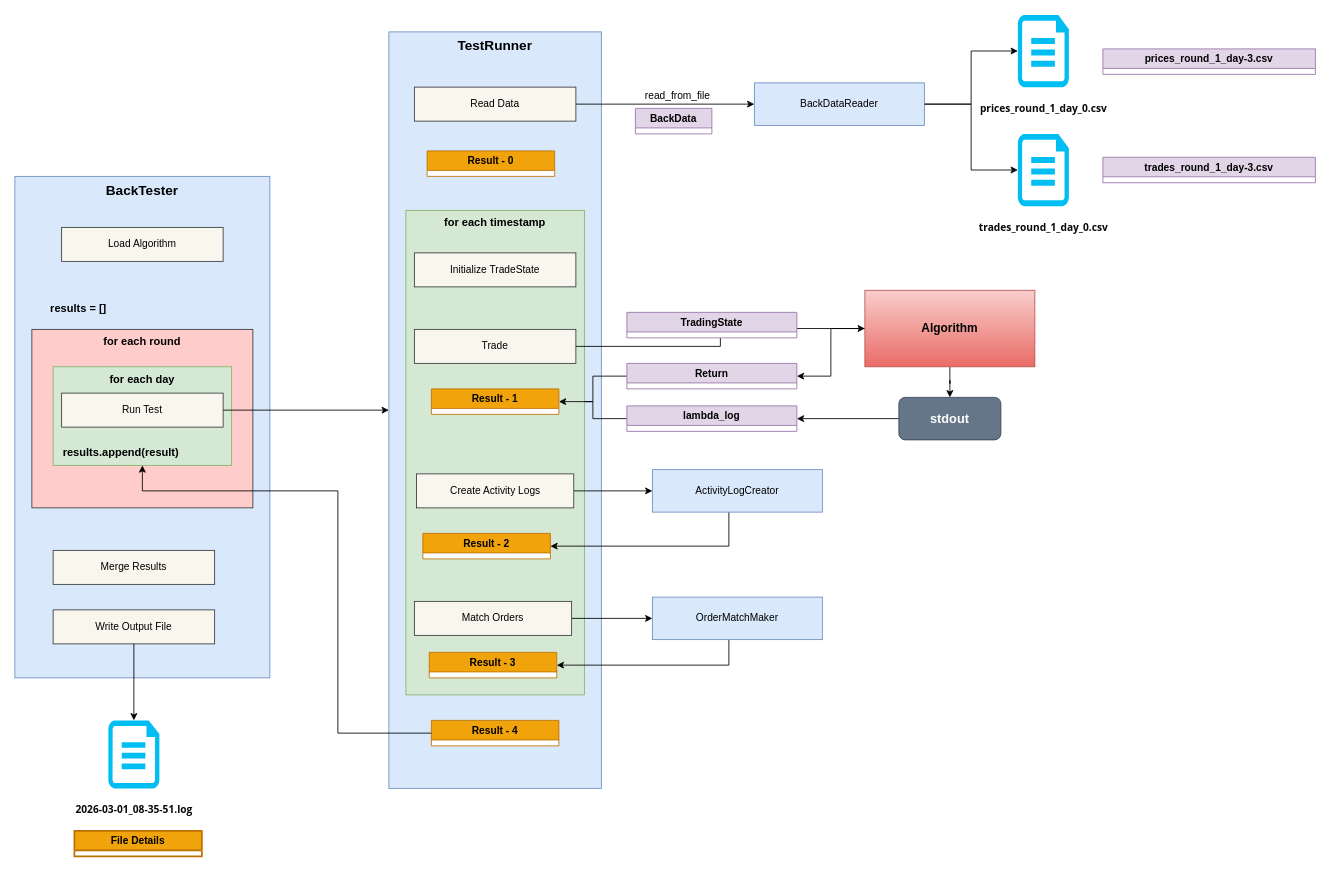
Above: backtester.drawio in Fiend-Star/prosperity4-tester-private (draw.io), before the change. Source tidied: cells renumbered, new cells numbered last; positions are measured from the earlier drawing's top-left corner, leaving out a move shared by most shapes. Both pictures are drawn from the tidied source at 85%, with x=0, y=0 at pixel (14, 14).
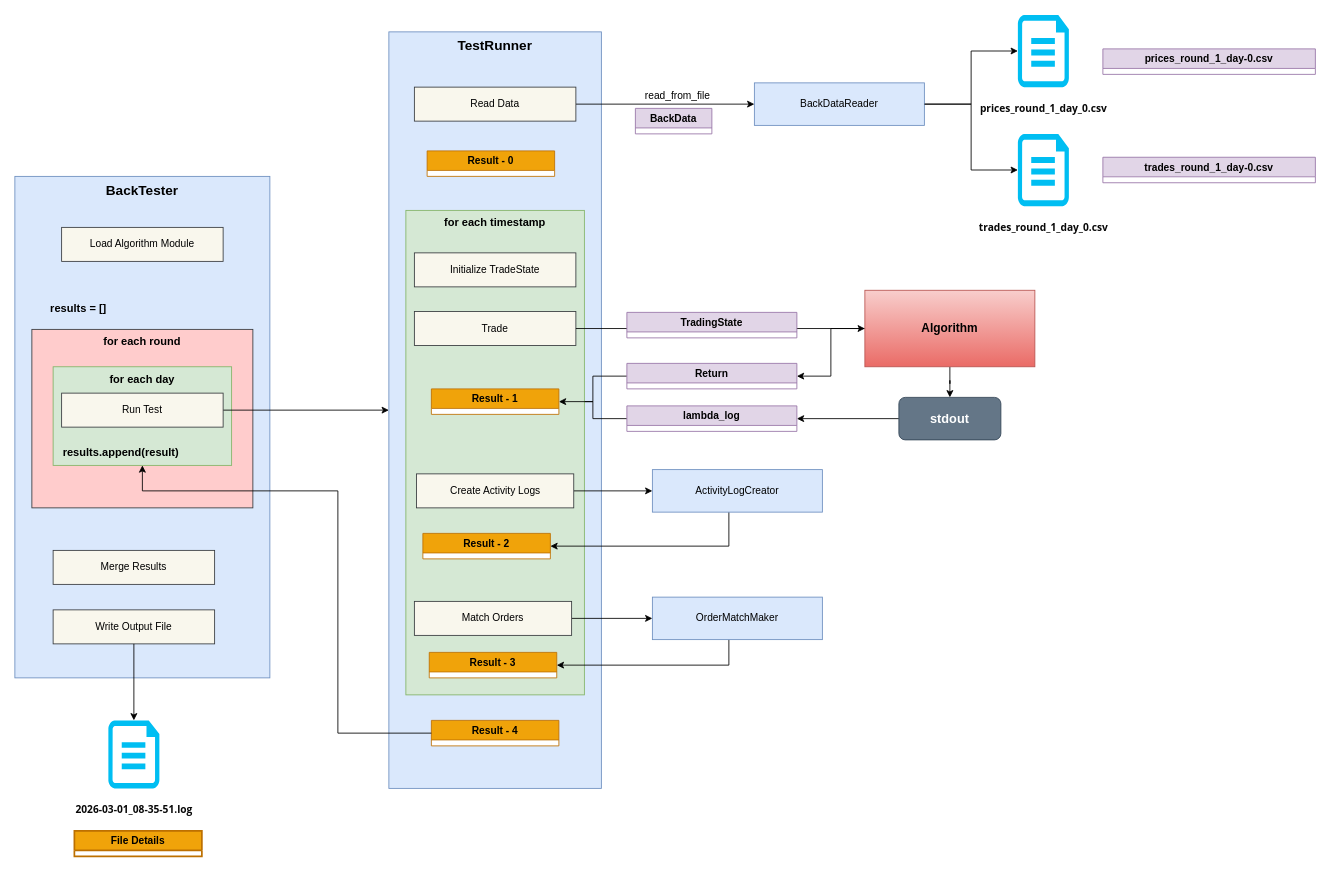
The same diagram, later.

Change to the diagram source:
```diff
@@
     <mxCell id="17" value="Trade" style="rounded=0;whiteSpace=wrap;html=1;fillColor=#f9f7ed;strokeColor=#36393d;" parent="1" vertex="1">
-      <mxGeometry x="470" y="370" width="190" height="40" as="geometry" />
+      <mxGeometry x="470" y="349" width="190" height="40" as="geometry" />
     </mxCell>
@@
-    <mxCell id="43" value="Load Algorithm" style="rounded=0;whiteSpace=wrap;html=1;fillColor=#f9f7ed;strokeColor=#36393d;" parent="1" vertex="1">
+    <mxCell id="43" value="Load Algorithm Module" style="rounded=0;whiteSpace=wrap;html=1;fillColor=#f9f7ed;strokeColor=#36393d;" parent="1" vertex="1">
       <mxGeometry x="55" y="250" width="190" height="40" as="geometry" />
     </mxCell>
@@
-    <mxCell id="48" value="prices_round_1_day-3.csv" style="swimlane;fillColor=#e1d5e7;strokeColor=#9673a6;glass=0;swimlaneLine=1;swimlaneFillColor=#FFFFFF;" parent="1" vertex="1" collapsed="1">
-      <mxGeometry x="1280" y="40" width="250" height="30" as="geometry" />
-    </mxCell>
-    <mxCell id="49" value="trades_round_1_day-3.csv" style="swimlane;fillColor=#e1d5e7;strokeColor=#9673a6;glass=0;swimlaneLine=1;swimlaneFillColor=#FFFFFF;" parent="1" vertex="1" collapsed="1">
+    <mxCell id="49" value="trades_round_1_day-0.csv" style="swimlane;fillColor=#e1d5e7;strokeColor=#9673a6;glass=0;swimlaneLine=1;swimlaneFillColor=#FFFFFF;" parent="1" vertex="1" collapsed="1">
       <mxGeometry x="1280" y="167.5" width="250" height="30" as="geometry" />
     </mxCell>
@@
+    <mxCell id="48" value="prices_round_1_day-0.csv" style="swimlane;fillColor=#e1d5e7;strokeColor=#9673a6;glass=0;swimlaneLine=1;swimlaneFillColor=#FFFFFF;" parent="1" vertex="1" collapsed="1">
+      <mxGeometry x="1280" y="40" width="250" height="30" as="geometry" />
+    </mxCell>
```
